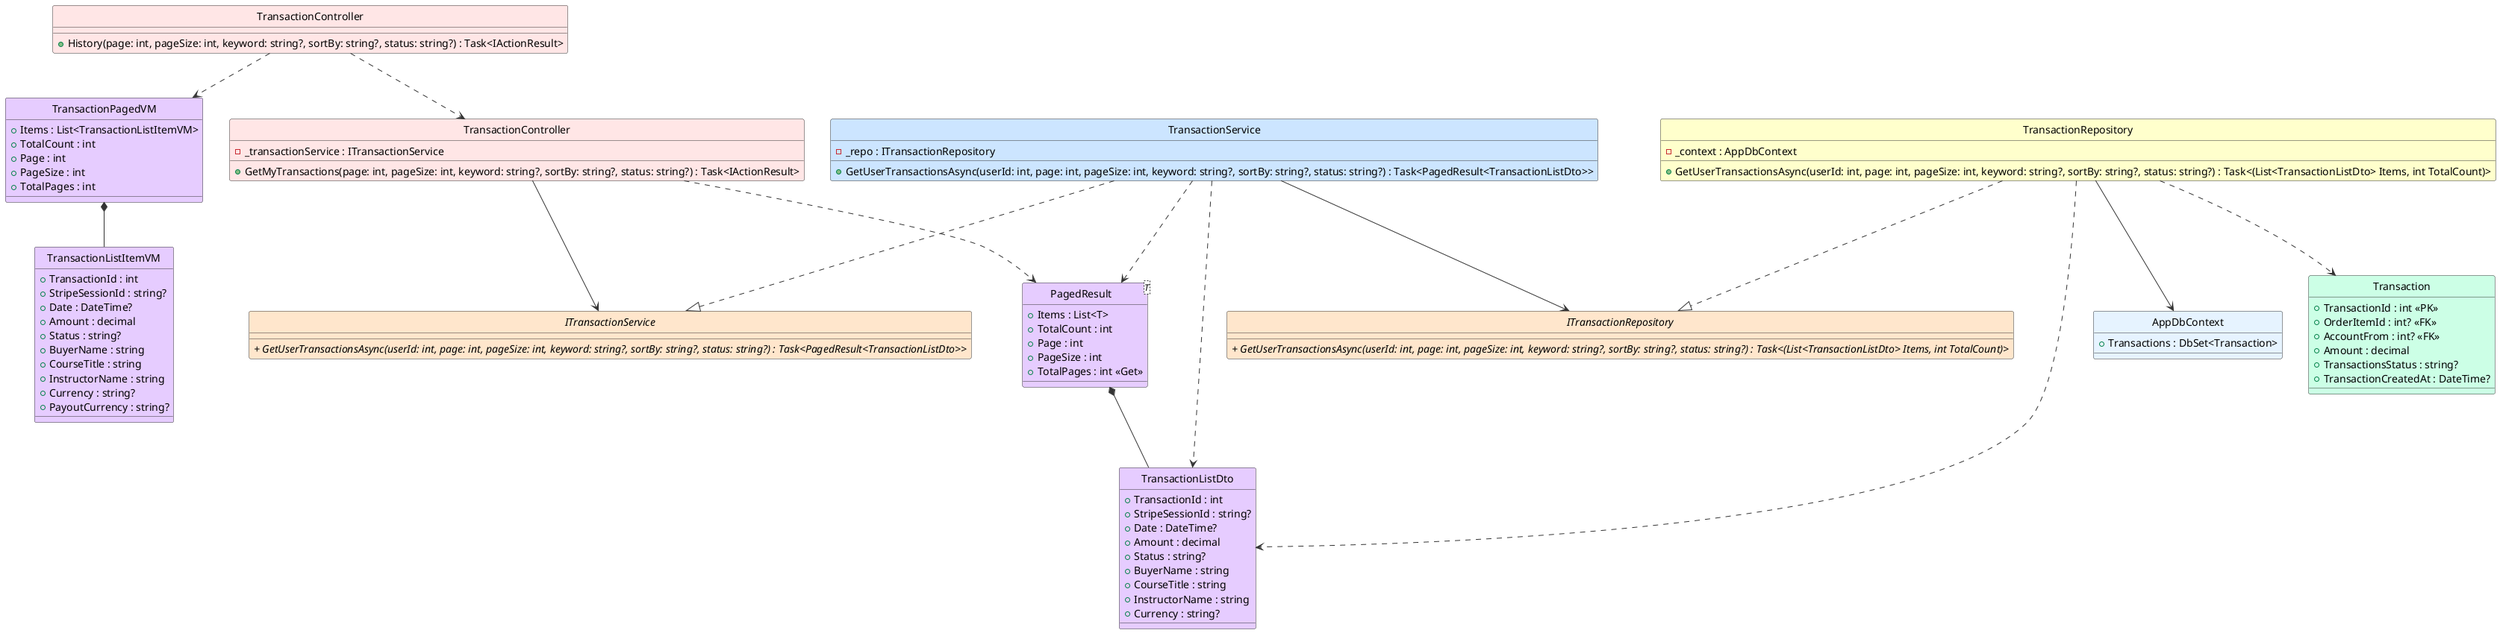
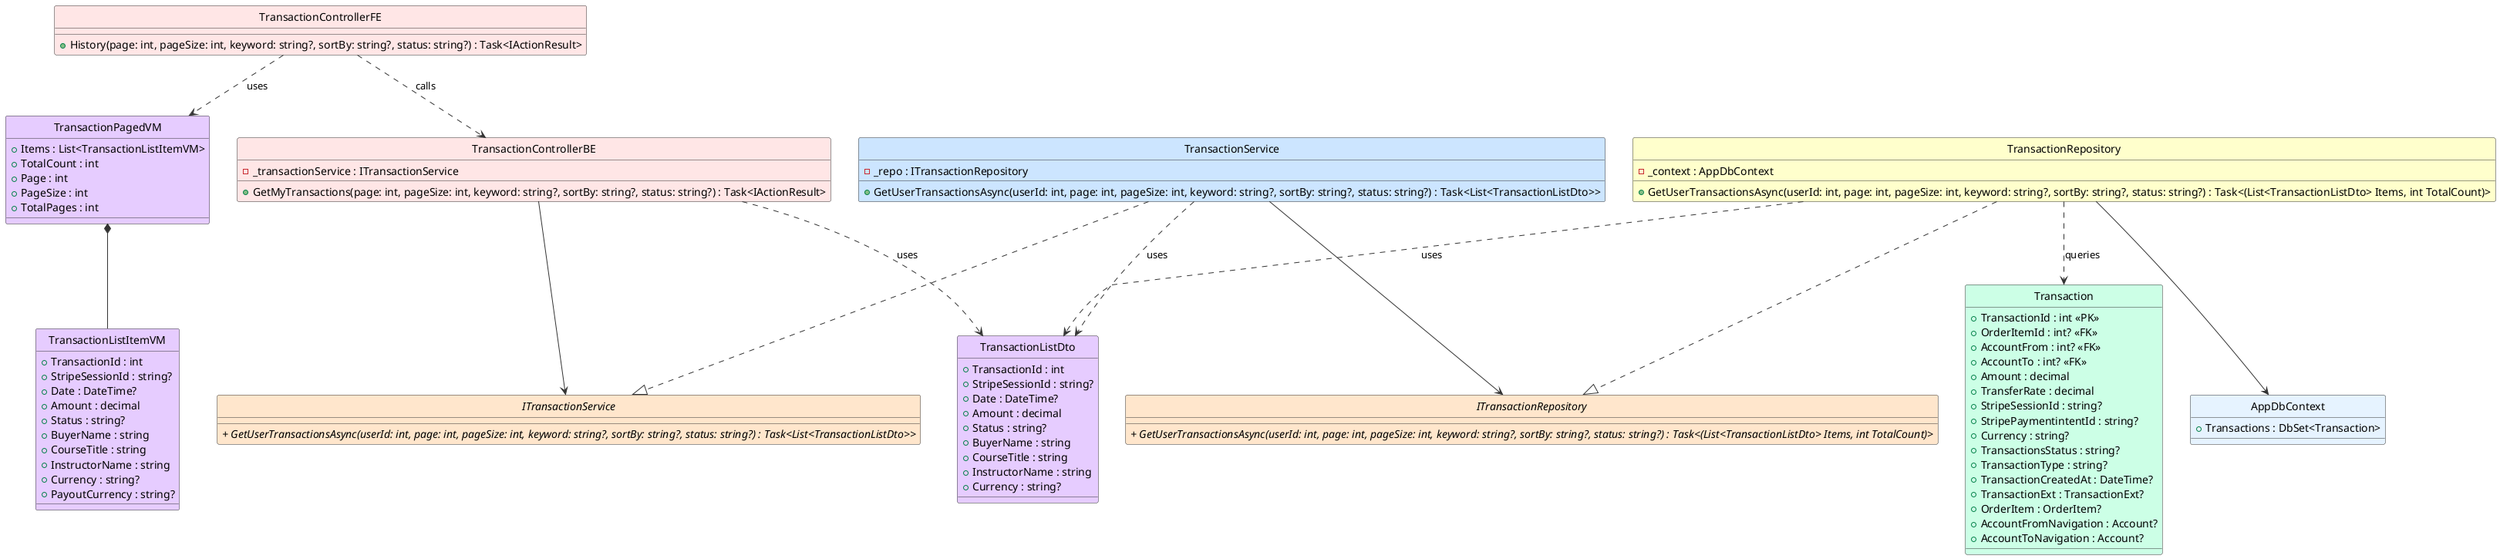
@startuml SearchTransactionHistory_ClassDiagram

' Styling & Settings
skinparam style strictuml
skinparam shadowing false
skinparam class {
    BackgroundColor White
    BorderColor #1A73E8
    ArrowColor #5F6368
}

!define ABSTRACT_COLOR #FFE6CC
!define SERVICE_COLOR #CCE5FF
!define DTO_COLOR #E6CCFF
!define ENTITY_COLOR #CCFFE6
!define REPOSITORY_COLOR #FFFFCC
!define CONTROLLER_COLOR #FFE6E6
- !define DbContext #E6F3FF

skinparam backgroundColor #FFFFFF
skinparam classBackgroundColor #F9F9F9
skinparam classBorderColor #333333
skinparam arrowColor #333333

' ==================== FRONTEND ====================

- class "TransactionController" as TransactionControllerFE #FFE6E6 {
+ class TransactionControllerFE #FFE6E6 {
    + History(page: int, pageSize: int, keyword: string?, sortBy: string?, status: string?) : Task<IActionResult>
}

class TransactionPagedVM #E6CCFF {
    + Items : List<TransactionListItemVM>
    + TotalCount : int
    + Page : int
    + PageSize : int
    + TotalPages : int
}

class TransactionListItemVM #E6CCFF {
    + TransactionId : int
    + StripeSessionId : string?
    + Date : DateTime?
    + Amount : decimal
    + Status : string?
    + BuyerName : string
    + CourseTitle : string
    + InstructorName : string
    + Currency : string?
    + PayoutCurrency : string?
}

' ==================== BACKEND - CONTROLLER ====================

- class "TransactionController" as TransactionControllerBE #FFE6E6 {
+ class TransactionControllerBE #FFE6E6 {
    - _transactionService : ITransactionService
    + GetMyTransactions(page: int, pageSize: int, keyword: string?, sortBy: string?, status: string?) : Task<IActionResult>
}

' ==================== BACKEND - DTOs ====================
- 
- class "PagedResult<T>" as PagedResult #E6CCFF {
-     + Items : List<T>
-     + TotalCount : int
-     + Page : int
-     + PageSize : int
-     + TotalPages : int <<Get>>
- }

class TransactionListDto #E6CCFF {
    + TransactionId : int
    + StripeSessionId : string?
    + Date : DateTime?
    + Amount : decimal
    + Status : string?
    + BuyerName : string
    + CourseTitle : string
    + InstructorName : string
    + Currency : string?
}

' ==================== BACKEND - DOMAIN ENTITIES ====================

class Transaction #CCFFE6 {
    + TransactionId : int <<PK>>
    + OrderItemId : int? <<FK>>
    + AccountFrom : int? <<FK>>
+     + AccountTo : int? <<FK>>
    + Amount : decimal
+     + TransferRate : decimal
+     + StripeSessionId : string?
+     + StripePaymentintentId : string?
+     + Currency : string?
    + TransactionsStatus : string?
+     + TransactionType : string?
    + TransactionCreatedAt : DateTime?
+     + TransactionExt : TransactionExt?
+     + OrderItem : OrderItem?
+     + AccountFromNavigation : Account?
+     + AccountToNavigation : Account?
}

' ==================== BACKEND - SERVICE INTERFACES ====================

interface ITransactionService #FFE6CC {
-     //+ GetUserTransactionsAsync(userId: int, page: int, pageSize: int, keyword: string?, sortBy: string?, status: string?) : Task<PagedResult<TransactionListDto>>//
+     //+ GetUserTransactionsAsync(userId: int, page: int, pageSize: int, keyword: string?, sortBy: string?, status: string?) : Task<List<TransactionListDto>>//
}

' ==================== BACKEND - REPOSITORY INTERFACES ====================

interface ITransactionRepository #FFE6CC {
    //+ GetUserTransactionsAsync(userId: int, page: int, pageSize: int, keyword: string?, sortBy: string?, status: string?) : Task<(List<TransactionListDto> Items, int TotalCount)>//
}

' ==================== BACKEND - SERVICE IMPLEMENTATION ====================

class TransactionService #CCE5FF {
    - _repo : ITransactionRepository
-     + GetUserTransactionsAsync(userId: int, page: int, pageSize: int, keyword: string?, sortBy: string?, status: string?) : Task<PagedResult<TransactionListDto>>
+     + GetUserTransactionsAsync(userId: int, page: int, pageSize: int, keyword: string?, sortBy: string?, status: string?) : Task<List<TransactionListDto>>
}

' ==================== BACKEND - REPOSITORY IMPLEMENTATION ====================

class TransactionRepository #FFFFCC {
    - _context : AppDbContext
    + GetUserTransactionsAsync(userId: int, page: int, pageSize: int, keyword: string?, sortBy: string?, status: string?) : Task<(List<TransactionListDto> Items, int TotalCount)>
}

' ==================== BACKEND - DbContext ====================

class AppDbContext #E6F3FF {
    + Transactions : DbSet<Transaction>
}

' ==================== RELATIONSHIPS ====================

- ' === UNIDIRECTIONAL ASSOCIATION ===
+ ' === COMPOSITION (filled diamond) ===
+ TransactionPagedVM *-- TransactionListItemVM
+ 
+ ' === UNIDIRECTIONAL ASSOCIATION (solid arrow) ===
+ TransactionControllerFE ..> TransactionControllerBE : calls
TransactionControllerBE --> ITransactionService
TransactionService --> ITransactionRepository
TransactionRepository --> AppDbContext

' === INTERFACE REALIZATION ===
TransactionService ..|> ITransactionService
TransactionRepository ..|> ITransactionRepository

- ' === DEPENDENCY ===
- TransactionControllerFE ..> TransactionControllerBE
- TransactionControllerFE ..> TransactionPagedVM
- TransactionPagedVM *-- TransactionListItemVM
- TransactionControllerBE ..> PagedResult
- PagedResult *-- TransactionListDto
- TransactionService ..> PagedResult
- TransactionService ..> TransactionListDto
- TransactionRepository ..> TransactionListDto
- TransactionRepository ..> Transaction
+ ' === DEPENDENCY (dashed arrows) ===
+ TransactionControllerFE ..> TransactionPagedVM : uses
+ TransactionControllerBE ..> TransactionListDto : uses
+ TransactionService ..> TransactionListDto : uses
+ TransactionRepository ..> TransactionListDto : uses
+ TransactionRepository ..> Transaction : queries

@enduml
